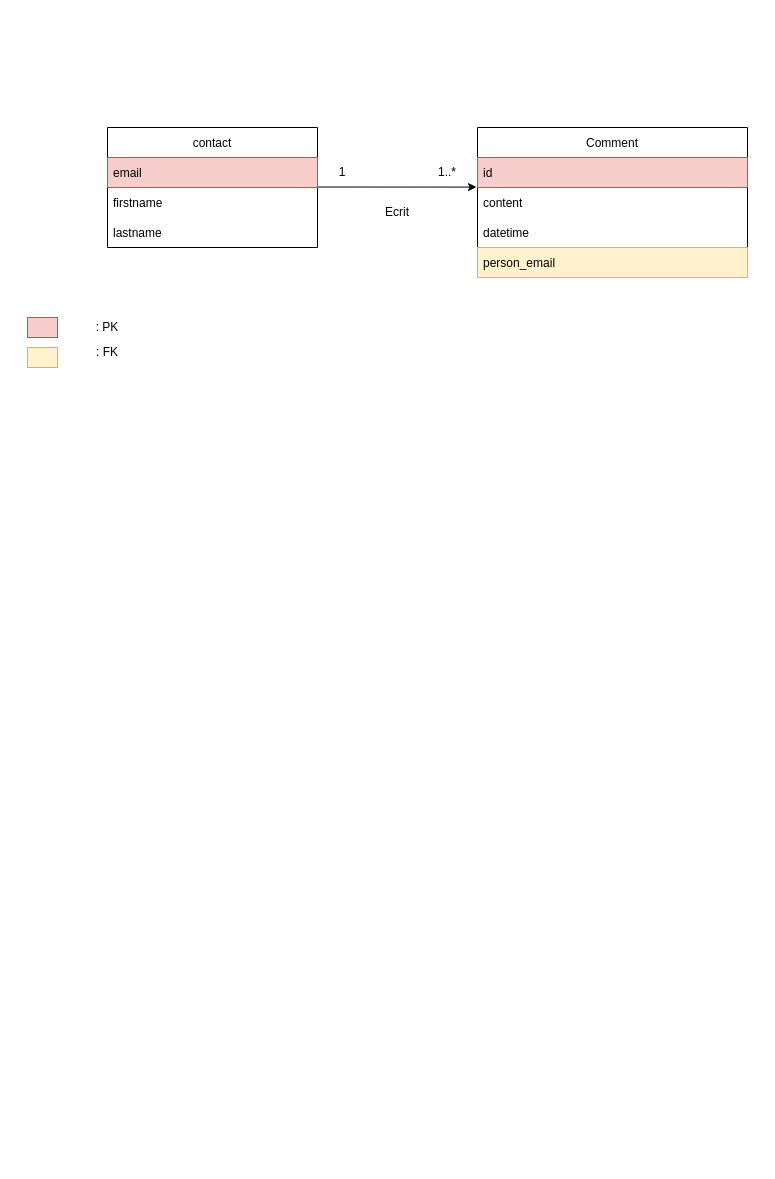
Before: diagram_db.drawio in clara-lancelle/My-recipes-booklet, a draw.io diagram. Source tidied: cells renumbered, new cells numbered last; positions are measured from the earlier drawing's top-left corner, leaving out a move shared by most shapes. Both pictures are drawn from the tidied source at 100%, with x=0, y=0 at pixel (27, 127).
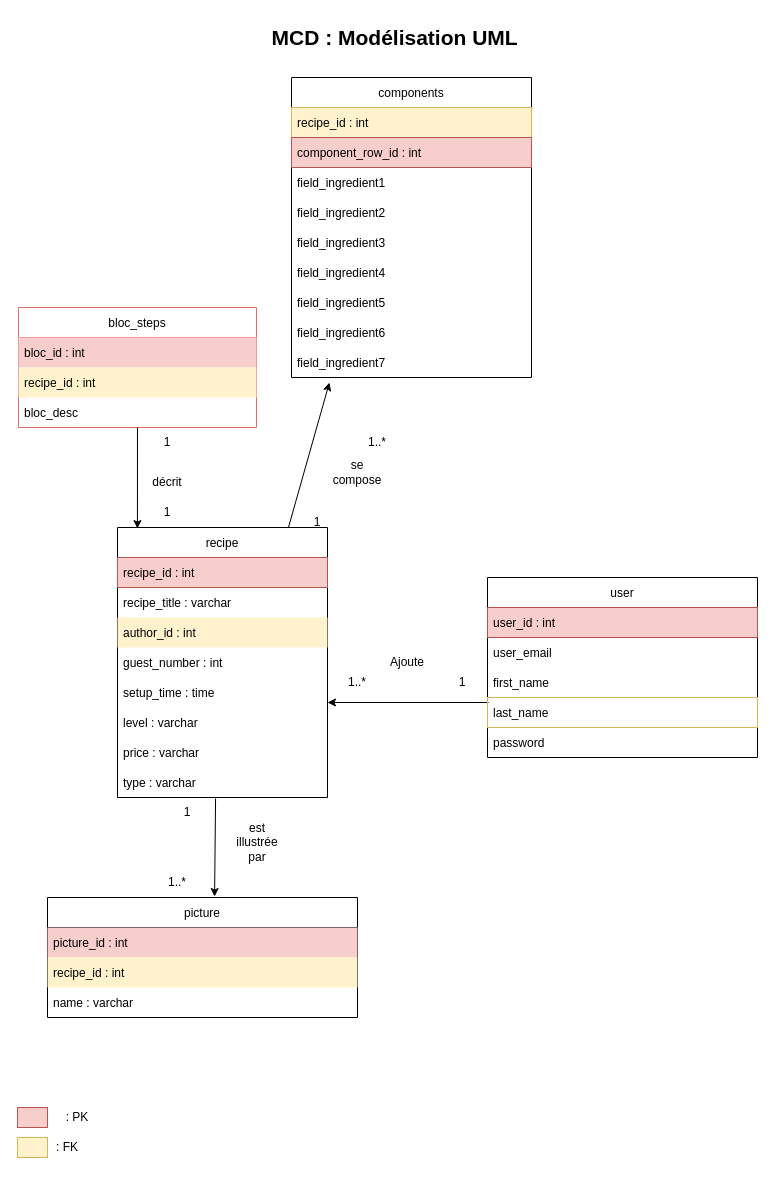
Above is the later version.

The edit, as a diff of the source:
```diff
@@
-    <mxCell id="2" style="endArrow=classic;html=1;rounded=0;exitX=1.004;exitY=0.179;exitDx=0;exitDy=0;exitPerimeter=0;" parent="1" edge="1">
-      <mxGeometry relative="1" as="geometry">
-        <mxPoint x="290" y="59.5" as="sourcePoint" />
-        <mxPoint x="449" y="59.6" as="targetPoint" />
-      </mxGeometry>
-    </mxCell>
-    <mxCell id="3" value="Ecrit" style="text;html=1;strokeColor=none;fillColor=none;align=center;verticalAlign=middle;whiteSpace=wrap;rounded=0;fontSize=12;" parent="1" vertex="1">
-      <mxGeometry x="340" y="70" width="60" height="30" as="geometry" />
-    </mxCell>
-    <mxCell id="4" value="contact" style="swimlane;fontStyle=0;horizontal=1;startSize=30;fontSize=12;" parent="1" vertex="1">
-      <mxGeometry x="80" width="210" height="120" as="geometry" />
+    <mxCell id="4" value="recipe" style="swimlane;fontStyle=0;horizontal=1;startSize=30;fontSize=12;" parent="1" vertex="1">
+      <mxGeometry x="90" y="400" width="210" height="270" as="geometry" />
     </mxCell>
-    <mxCell id="5" value="email" style="text;strokeColor=#b85450;fillColor=#f8cecc;align=left;verticalAlign=middle;spacingLeft=4;spacingRight=4;overflow=hidden;fontSize=12;" parent="4" vertex="1">
+    <mxCell id="5" value="recipe_id : int" style="text;strokeColor=#b85450;fillColor=#f8cecc;align=left;verticalAlign=middle;spacingLeft=4;spacingRight=4;overflow=hidden;fontSize=12;" parent="4" vertex="1">
       <mxGeometry y="30" width="210" height="30" as="geometry" />
     </mxCell>
-    <mxCell id="6" value="firstname" style="text;strokeColor=none;fillColor=none;align=left;verticalAlign=middle;spacingLeft=4;spacingRight=4;overflow=hidden;fontSize=12;" parent="4" vertex="1">
+    <mxCell id="6" value="recipe_title : varchar" style="text;strokeColor=none;fillColor=none;align=left;verticalAlign=middle;spacingLeft=4;spacingRight=4;overflow=hidden;fontSize=12;" parent="4" vertex="1">
       <mxGeometry y="60" width="210" height="30" as="geometry" />
     </mxCell>
+    <mxCell id="19" value="author_id : int" style="text;strokeColor=none;fillColor=#FFF2CC;align=left;verticalAlign=middle;spacingLeft=4;spacingRight=4;overflow=hidden;fontSize=12;" parent="4" vertex="1">
+      <mxGeometry y="90" width="210" height="30" as="geometry" />
+    </mxCell>
-    <mxCell id="7" value="lastname" style="text;strokeColor=none;fillColor=none;align=left;verticalAlign=middle;spacingLeft=4;spacingRight=4;overflow=hidden;fontSize=12;" parent="4" vertex="1">
-      <mxGeometry y="90" width="210" height="30" as="geometry" />
+    <mxCell id="7" value="guest_number : int" style="text;strokeColor=none;fillColor=none;align=left;verticalAlign=middle;spacingLeft=4;spacingRight=4;overflow=hidden;fontSize=12;" parent="4" vertex="1">
+      <mxGeometry y="120" width="210" height="30" as="geometry" />
     </mxCell>
+    <mxCell id="20" value="setup_time : time" style="text;strokeColor=none;fillColor=none;align=left;verticalAlign=middle;spacingLeft=4;spacingRight=4;overflow=hidden;fontSize=12;" parent="4" vertex="1">
+      <mxGeometry y="150" width="210" height="30" as="geometry" />
+    </mxCell>
+    <mxCell id="21" value="level : varchar" style="text;strokeColor=none;fillColor=none;align=left;verticalAlign=middle;spacingLeft=4;spacingRight=4;overflow=hidden;fontSize=12;" parent="4" vertex="1">
+      <mxGeometry y="180" width="210" height="30" as="geometry" />
+    </mxCell>
+    <mxCell id="22" value="price : varchar" style="text;strokeColor=none;fillColor=none;align=left;verticalAlign=middle;spacingLeft=4;spacingRight=4;overflow=hidden;fontSize=12;" parent="4" vertex="1">
+      <mxGeometry y="210" width="210" height="30" as="geometry" />
+    </mxCell>
+    <mxCell id="23" value="type : varchar" style="text;strokeColor=none;fillColor=none;align=left;verticalAlign=middle;spacingLeft=4;spacingRight=4;overflow=hidden;points=[[0,0.5],[1,0.5]];portConstraint=eastwest;fontSize=12;" parent="4" vertex="1">
+      <mxGeometry y="240" width="210" height="30" as="geometry" />
+    </mxCell>
+    <mxCell id="2" style="endArrow=classic;html=1;rounded=0;exitX=0.004;exitY=0.167;exitDx=0;exitDy=0;exitPerimeter=0;" parent="1" edge="1" source="12">
+      <mxGeometry relative="1" as="geometry">
+        <mxPoint x="300" y="575" as="targetPoint" />
+      </mxGeometry>
+    </mxCell>
+    <mxCell id="3" value="Ajoute" style="text;html=1;strokeColor=none;fillColor=none;align=center;verticalAlign=middle;whiteSpace=wrap;rounded=0;fontSize=12;" parent="1" vertex="1">
+      <mxGeometry x="350" y="520" width="60" height="30" as="geometry" />
+    </mxCell>
-    <mxCell id="8" value="Comment" style="swimlane;fontStyle=0;horizontal=1;startSize=30;fontSize=12;" parent="1" vertex="1">
-      <mxGeometry x="450" width="270" height="150" as="geometry" />
+    <mxCell id="8" value="user" style="swimlane;fontStyle=0;horizontal=1;startSize=30;fontSize=12;" parent="1" vertex="1">
+      <mxGeometry x="460" y="450" width="270" height="180" as="geometry" />
     </mxCell>
-    <mxCell id="9" value="id" style="text;strokeColor=#b85450;fillColor=#f8cecc;align=left;verticalAlign=middle;spacingLeft=4;spacingRight=4;overflow=hidden;fontSize=12;" parent="8" vertex="1">
+    <mxCell id="9" value="user_id : int        " style="text;strokeColor=#b85450;fillColor=#f8cecc;align=left;verticalAlign=middle;spacingLeft=4;spacingRight=4;overflow=hidden;fontSize=12;" parent="8" vertex="1">
       <mxGeometry y="30" width="270" height="30" as="geometry" />
     </mxCell>
-    <mxCell id="10" value="content" style="text;strokeColor=none;fillColor=none;align=left;verticalAlign=middle;spacingLeft=4;spacingRight=4;overflow=hidden;fontSize=12;" parent="8" vertex="1">
+    <mxCell id="10" value="user_email" style="text;strokeColor=none;fillColor=none;align=left;verticalAlign=middle;spacingLeft=4;spacingRight=4;overflow=hidden;fontSize=12;" parent="8" vertex="1">
       <mxGeometry y="60" width="270" height="30" as="geometry" />
     </mxCell>
-    <mxCell id="11" value="datetime" style="text;strokeColor=none;fillColor=none;align=left;verticalAlign=middle;spacingLeft=4;spacingRight=4;overflow=hidden;fontSize=12;" parent="8" vertex="1">
+    <mxCell id="11" value="first_name" style="text;strokeColor=none;fillColor=none;align=left;verticalAlign=middle;spacingLeft=4;spacingRight=4;overflow=hidden;fontSize=12;" parent="8" vertex="1">
       <mxGeometry y="90" width="270" height="30" as="geometry" />
     </mxCell>
-    <mxCell id="12" value="person_email" style="text;strokeColor=#d6b656;fillColor=#fff2cc;align=left;verticalAlign=middle;spacingLeft=4;spacingRight=4;overflow=hidden;points=[[0,0.5],[1,0.5]];portConstraint=eastwest;fontSize=12;" parent="8" vertex="1">
+    <mxCell id="12" value="last_name" style="text;strokeColor=#d6b656;fillColor=none;align=left;verticalAlign=middle;spacingLeft=4;spacingRight=4;overflow=hidden;points=[[0,0.5],[1,0.5]];portConstraint=eastwest;fontSize=12;" parent="8" vertex="1">
       <mxGeometry y="120" width="270" height="30" as="geometry" />
     </mxCell>
+    <mxCell id="24" value="password" style="text;strokeColor=none;fillColor=none;align=left;verticalAlign=middle;spacingLeft=4;spacingRight=4;overflow=hidden;fontSize=12;" parent="8" vertex="1">
+      <mxGeometry y="150" width="270" height="30" as="geometry" />
+    </mxCell>
     <mxCell id="13" value="1" style="text;html=1;strokeColor=none;fillColor=none;align=center;verticalAlign=middle;whiteSpace=wrap;rounded=0;fontSize=12;" parent="1" vertex="1">
-      <mxGeometry x="290" y="30" width="50" height="30" as="geometry" />
+      <mxGeometry x="410" y="540" width="50" height="30" as="geometry" />
     </mxCell>
     <mxCell id="14" value="1..*" style="text;html=1;strokeColor=none;fillColor=none;align=center;verticalAlign=middle;whiteSpace=wrap;rounded=0;fontSize=12;" parent="1" vertex="1">
-      <mxGeometry x="390" y="30" width="60" height="30" as="geometry" />
+      <mxGeometry x="300" y="540" width="60" height="30" as="geometry" />
     </mxCell>
     <mxCell id="15" style="rounded=0;whiteSpace=wrap;html=1;fontSize=12;fillColor=#f8cecc;strokeColor=#b85450;" parent="1" vertex="1">
-      <mxGeometry y="190" width="30" height="20" as="geometry" />
+      <mxGeometry x="-10" y="980" width="30" height="20" as="geometry" />
     </mxCell>
     <mxCell id="16" value=": PK" style="text;html=1;strokeColor=none;fillColor=none;align=center;verticalAlign=middle;whiteSpace=wrap;rounded=0;fontSize=12;" parent="1" vertex="1">
-      <mxGeometry x="50" y="185" width="60" height="30" as="geometry" />
+      <mxGeometry x="20" y="975" width="60" height="30" as="geometry" />
     </mxCell>
     <mxCell id="17" style="rounded=0;whiteSpace=wrap;html=1;fontSize=12;fillColor=#fff2cc;strokeColor=#d6b656;" parent="1" vertex="1">
-      <mxGeometry y="220" width="30" height="20" as="geometry" />
+      <mxGeometry x="-10" y="1010" width="30" height="20" as="geometry" />
     </mxCell>
     <mxCell id="18" value=": FK" style="text;html=1;strokeColor=none;fillColor=none;align=center;verticalAlign=middle;whiteSpace=wrap;rounded=0;fontSize=12;" parent="1" vertex="1">
-      <mxGeometry x="50" y="210" width="60" height="30" as="geometry" />
+      <mxGeometry x="10" y="1005" width="60" height="30" as="geometry" />
     </mxCell>
+    <mxCell id="25" value="picture" style="swimlane;fontStyle=0;horizontal=1;startSize=30;" parent="1" vertex="1">
+      <mxGeometry x="20" y="770" width="310" height="120" as="geometry" />
+    </mxCell>
+    <mxCell id="26" value="picture_id : int" style="text;strokeColor=none;fillColor=#F8CECC;align=left;verticalAlign=middle;spacingLeft=4;spacingRight=4;overflow=hidden;" parent="25" vertex="1">
+      <mxGeometry y="30" width="310" height="30" as="geometry" />
+    </mxCell>
+    <mxCell id="27" value="recipe_id : int" style="text;strokeColor=none;fillColor=#FFF2CC;align=left;verticalAlign=middle;spacingLeft=4;spacingRight=4;overflow=hidden;" parent="25" vertex="1">
+      <mxGeometry y="60" width="310" height="30" as="geometry" />
+    </mxCell>
+    <mxCell id="28" value="name : varchar" style="text;strokeColor=none;fillColor=none;align=left;verticalAlign=middle;spacingLeft=4;spacingRight=4;overflow=hidden;" parent="25" vertex="1">
+      <mxGeometry y="90" width="310" height="30" as="geometry" />
+    </mxCell>
+    <mxCell id="29" style="endArrow=classic;html=1;rounded=0;exitX=0.467;exitY=1.033;exitDx=0;exitDy=0;exitPerimeter=0;entryX=0.539;entryY=-0.008;entryDx=0;entryDy=0;entryPerimeter=0;" parent="1" edge="1" source="23" target="25">
+      <mxGeometry relative="1" as="geometry" />
+    </mxCell>
+    <mxCell id="30" value="1..*" style="text;html=1;strokeColor=none;fillColor=none;align=center;verticalAlign=middle;whiteSpace=wrap;rounded=0;rotation=0;" parent="1" vertex="1">
+      <mxGeometry x="120" y="740" width="60" height="30" as="geometry" />
+    </mxCell>
+    <mxCell id="31" value="1" style="text;html=1;strokeColor=none;fillColor=none;align=center;verticalAlign=middle;whiteSpace=wrap;rounded=0;" parent="1" vertex="1">
+      <mxGeometry x="130" y="670" width="60" height="30" as="geometry" />
+    </mxCell>
+    <mxCell id="32" value="est illustrée par&lt;br&gt;" style="text;html=1;strokeColor=none;fillColor=none;align=center;verticalAlign=middle;whiteSpace=wrap;rounded=0;" parent="1" vertex="1">
+      <mxGeometry x="200" y="700" width="60" height="30" as="geometry" />
+    </mxCell>
+    <mxCell id="33" value="bloc_steps" style="swimlane;fontStyle=0;horizontal=1;startSize=30;strokeColor=#EA6B66;fillColor=none;" parent="1" vertex="1">
+      <mxGeometry x="-9" y="180" width="238" height="120" as="geometry" />
+    </mxCell>
+    <mxCell id="34" value="bloc_id : int" style="text;strokeColor=none;fillColor=#F8CECC;align=left;verticalAlign=middle;spacingLeft=4;spacingRight=4;overflow=hidden;" parent="33" vertex="1">
+      <mxGeometry y="30" width="238" height="30" as="geometry" />
+    </mxCell>
+    <mxCell id="35" value="recipe_id : int" style="text;strokeColor=none;fillColor=#FFF2CC;align=left;verticalAlign=middle;spacingLeft=4;spacingRight=4;overflow=hidden;" parent="33" vertex="1">
+      <mxGeometry y="60" width="238" height="30" as="geometry" />
+    </mxCell>
+    <mxCell id="36" value="bloc_desc" style="text;strokeColor=none;fillColor=none;align=left;verticalAlign=middle;spacingLeft=4;spacingRight=4;overflow=hidden;" parent="33" vertex="1">
+      <mxGeometry y="90" width="238" height="30" as="geometry" />
+    </mxCell>
+    <mxCell id="37" style="endArrow=classic;html=1;rounded=0;entryX=0.095;entryY=0.004;entryDx=0;entryDy=0;entryPerimeter=0;" parent="1" edge="1" source="33" target="4">
+      <mxGeometry relative="1" as="geometry" />
+    </mxCell>
+    <mxCell id="38" value="décrit" style="text;html=1;strokeColor=none;fillColor=none;align=center;verticalAlign=middle;whiteSpace=wrap;rounded=0;" parent="1" vertex="1">
+      <mxGeometry x="110" y="340" width="60" height="30" as="geometry" />
+    </mxCell>
+    <mxCell id="39" value="1" style="text;html=1;strokeColor=none;fillColor=none;align=center;verticalAlign=middle;whiteSpace=wrap;rounded=0;" parent="1" vertex="1">
+      <mxGeometry x="110" y="370" width="60" height="30" as="geometry" />
+    </mxCell>
+    <mxCell id="40" value="1" style="text;html=1;strokeColor=none;fillColor=none;align=center;verticalAlign=middle;whiteSpace=wrap;rounded=0;" parent="1" vertex="1">
+      <mxGeometry x="110" y="300" width="60" height="30" as="geometry" />
+    </mxCell>
+    <mxCell id="41" value="components" style="swimlane;fontStyle=0;horizontal=1;startSize=30;" parent="1" vertex="1">
+      <mxGeometry x="264" y="-50" width="240" height="300" as="geometry" />
+    </mxCell>
+    <mxCell id="42" value="recipe_id : int" style="text;strokeColor=#d6b656;fillColor=#fff2cc;align=left;verticalAlign=middle;spacingLeft=4;spacingRight=4;overflow=hidden;" parent="41" vertex="1">
+      <mxGeometry y="30" width="240" height="30" as="geometry" />
+    </mxCell>
+    <mxCell id="43" value="component_row_id : int" style="text;strokeColor=#b85450;fillColor=#f8cecc;align=left;verticalAlign=middle;spacingLeft=4;spacingRight=4;overflow=hidden;" parent="41" vertex="1">
+      <mxGeometry y="60" width="240" height="30" as="geometry" />
+    </mxCell>
+    <mxCell id="44" value="field_ingredient1" style="text;align=left;verticalAlign=middle;spacingLeft=4;spacingRight=4;overflow=hidden;" parent="41" vertex="1">
+      <mxGeometry y="90" width="240" height="30" as="geometry" />
+    </mxCell>
+    <mxCell id="45" value="field_ingredient2" style="text;align=left;verticalAlign=middle;spacingLeft=4;spacingRight=4;overflow=hidden;" parent="41" vertex="1">
+      <mxGeometry y="120" width="240" height="30" as="geometry" />
+    </mxCell>
+    <mxCell id="46" value="field_ingredient3" style="text;align=left;verticalAlign=middle;spacingLeft=4;spacingRight=4;overflow=hidden;" parent="41" vertex="1">
+      <mxGeometry y="150" width="240" height="30" as="geometry" />
+    </mxCell>
+    <mxCell id="47" value="field_ingredient4" style="text;align=left;verticalAlign=middle;spacingLeft=4;spacingRight=4;overflow=hidden;" parent="41" vertex="1">
+      <mxGeometry y="180" width="240" height="30" as="geometry" />
+    </mxCell>
+    <mxCell id="48" value="field_ingredient5" style="text;align=left;verticalAlign=middle;spacingLeft=4;spacingRight=4;overflow=hidden;" parent="41" vertex="1">
+      <mxGeometry y="210" width="240" height="30" as="geometry" />
+    </mxCell>
+    <mxCell id="49" value="field_ingredient6" style="text;align=left;verticalAlign=middle;spacingLeft=4;spacingRight=4;overflow=hidden;" parent="41" vertex="1">
+      <mxGeometry y="240" width="240" height="30" as="geometry" />
+    </mxCell>
+    <mxCell id="50" value="field_ingredient7" style="text;align=left;verticalAlign=middle;spacingLeft=4;spacingRight=4;overflow=hidden;points=[[0,0.5],[1,0.5]];portConstraint=eastwest;" parent="41" vertex="1">
+      <mxGeometry y="270" width="240" height="30" as="geometry" />
+    </mxCell>
+    <mxCell id="51" style="endArrow=classic;html=1;rounded=0;exitX=0.814;exitY=0;exitDx=0;exitDy=0;exitPerimeter=0;entryX=0.158;entryY=1.167;entryDx=0;entryDy=0;entryPerimeter=0;" parent="1" edge="1" source="4" target="50">
+      <mxGeometry relative="1" as="geometry" />
+    </mxCell>
+    <mxCell id="52" value="1" style="text;html=1;strokeColor=none;fillColor=none;align=center;verticalAlign=middle;whiteSpace=wrap;rounded=0;" parent="1" vertex="1">
+      <mxGeometry x="260" y="380" width="60" height="30" as="geometry" />
+    </mxCell>
+    <mxCell id="53" value="1..*" style="text;html=1;strokeColor=none;fillColor=none;align=center;verticalAlign=middle;whiteSpace=wrap;rounded=0;" parent="1" vertex="1">
+      <mxGeometry x="320" y="300" width="60" height="30" as="geometry" />
+    </mxCell>
+    <mxCell id="54" value="se compose" style="text;html=1;strokeColor=none;fillColor=none;align=center;verticalAlign=middle;whiteSpace=wrap;rounded=0;" parent="1" vertex="1">
+      <mxGeometry x="300" y="330" width="60" height="30" as="geometry" />
+    </mxCell>
+    <mxCell id="55" value="&lt;font style=&quot;font-size: 21px;&quot;&gt;MCD : Modélisation UML&amp;nbsp;&lt;/font&gt;" style="text;html=1;align=center;verticalAlign=middle;strokeColor=none;fillColor=none;fontStyle=1;fontSize=21;" parent="1" vertex="1">
+      <mxGeometry x="230" y="-110" width="280" height="40" as="geometry" />
+    </mxCell>
```
